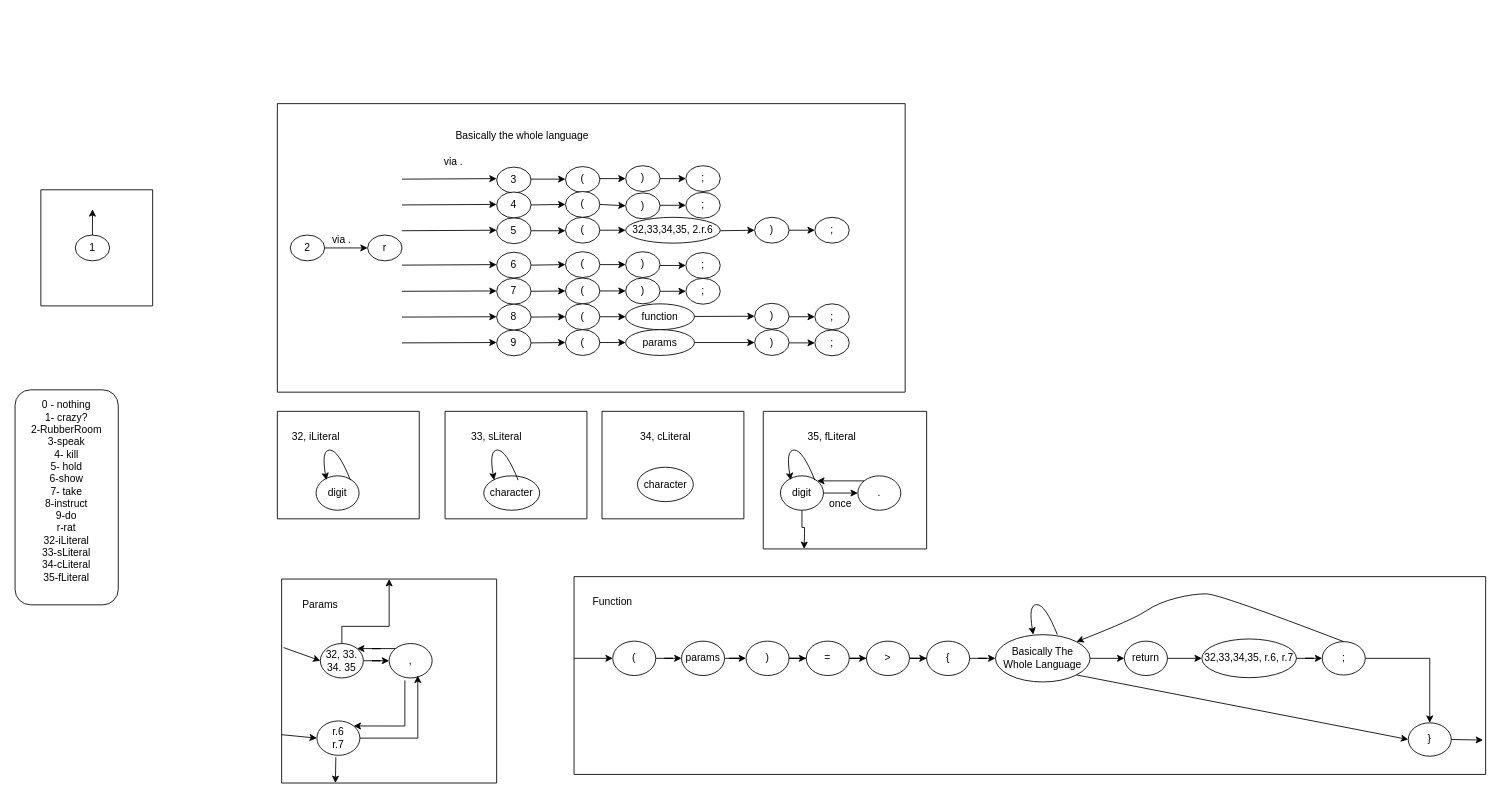
Above: RRTransistionDigram.drawio in Temujin142857/RatsInARoom (draw.io), before the change. Source tidied: cells renumbered, new cells numbered last; positions are measured from the earlier drawing's top-left corner, leaving out a move shared by most shapes. Both pictures are drawn from the tidied source at 86%, with x=0, y=0 at pixel (15, 103).
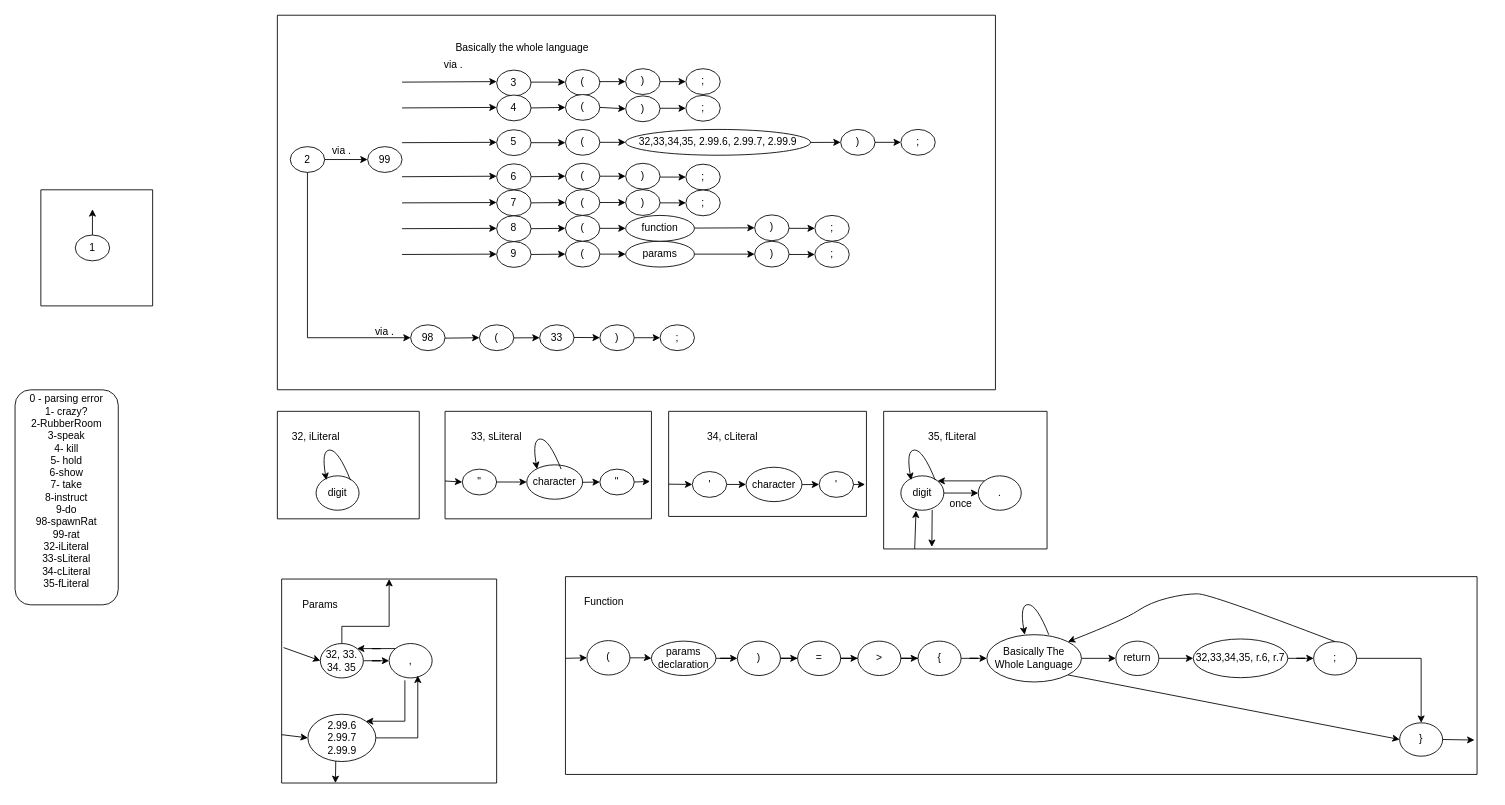
The same diagram, later.

Commit message:
added spawnRat and some symbols previously omitted

Unchanged cells that the change refers to:
```xml
<mxCell id="11" value="2" style="ellipse;whiteSpace=wrap;html=1;" parent="10" vertex="1">
  <mxGeometry x="15" y="152.8" width="40" height="30" as="geometry" />
</mxCell>
<mxCell id="92" value="digit" style="ellipse;whiteSpace=wrap;html=1;" parent="89" vertex="1">
  <mxGeometry x="20" y="75" width="50" height="40" as="geometry" />
</mxCell>
<mxCell id="98" style="swimlane;startSize=0;" parent="1" vertex="1">
  <mxGeometry x="310" y="552.8" width="250" height="237.2" as="geometry" />
</mxCell>
<mxCell id="103" value="," style="ellipse;whiteSpace=wrap;html=1;" parent="98" vertex="1">
  <mxGeometry x="125" y="75" width="50" height="40" as="geometry" />
</mxCell>
```

What changed in the source:
```diff
@@
-    <mxCell id="3" value="0 - nothing&lt;div&gt;1- crazy?&lt;/div&gt;&lt;div&gt;2-RubberRoom&lt;/div&gt;&lt;div&gt;3-speak&lt;/div&gt;&lt;div&gt;4- kill&lt;/div&gt;&lt;div&gt;5- hold&lt;/div&gt;&lt;div&gt;6-show&lt;/div&gt;&lt;div&gt;7- take&lt;/div&gt;&lt;div&gt;8-instruct&lt;/div&gt;&lt;div&gt;9-do&lt;/div&gt;&lt;div&gt;r-rat&lt;/div&gt;&lt;div&gt;32-iLiteral&lt;/div&gt;&lt;div&gt;33-sLiteral&lt;/div&gt;&lt;div&gt;34-cLiteral&lt;/div&gt;&lt;div&gt;35-fLiteral&lt;/div&gt;&lt;div&gt;&lt;br&gt;&lt;/div&gt;" style="rounded=1;whiteSpace=wrap;html=1;" parent="1" vertex="1">
+    <mxCell id="3" value="0 - parsing error&lt;div&gt;1- crazy?&lt;/div&gt;&lt;div&gt;2-RubberRoom&lt;/div&gt;&lt;div&gt;3-speak&lt;/div&gt;&lt;div&gt;4- kill&lt;/div&gt;&lt;div&gt;5- hold&lt;/div&gt;&lt;div&gt;6-show&lt;/div&gt;&lt;div&gt;7- take&lt;/div&gt;&lt;div&gt;8-instruct&lt;/div&gt;&lt;div&gt;9-do&lt;/div&gt;&lt;div&gt;98-spawnRat&lt;/div&gt;&lt;div&gt;99-rat&lt;/div&gt;&lt;div&gt;32-iLiteral&lt;/div&gt;&lt;div&gt;33-sLiteral&lt;/div&gt;&lt;div&gt;34-cLiteral&lt;/div&gt;&lt;div&gt;35-fLiteral&lt;/div&gt;&lt;div&gt;&lt;br&gt;&lt;/div&gt;" style="rounded=1;whiteSpace=wrap;html=1;" parent="1" vertex="1">
       <mxGeometry y="332.8" width="120" height="250" as="geometry" />
     </mxCell>
@@
     <mxCell id="10" style="swimlane;startSize=0;" parent="1" vertex="1">
-      <mxGeometry x="305" width="730" height="335.5" as="geometry" />
+      <mxGeometry x="305" y="-102.8" width="835" height="435.5" as="geometry" />
     </mxCell>
@@
-    <mxCell id="13" value="r" style="ellipse;whiteSpace=wrap;html=1;" parent="10" vertex="1">
+    <mxCell id="13" value="99" style="ellipse;whiteSpace=wrap;html=1;" parent="10" vertex="1">
       <mxGeometry x="105" y="152.8" width="40" height="30" as="geometry" />
     </mxCell>
@@
     <mxCell id="15" style="endArrow=classic;html=1;rounded=0;entryX=0;entryY=0.5;entryDx=0;entryDy=0;" parent="10" edge="1">
       <mxGeometry relative="1" as="geometry">
-        <mxPoint x="145" y="87.8" as="sourcePoint" />
-        <mxPoint x="255" y="87.2" as="targetPoint" />
+        <mxPoint x="145" y="77.8" as="sourcePoint" />
+        <mxPoint x="255" y="77.2" as="targetPoint" />
       </mxGeometry>
     </mxCell>
     <mxCell id="16" value="3" style="ellipse;whiteSpace=wrap;html=1;" parent="10" vertex="1">
-      <mxGeometry x="255" y="73.8" width="40" height="30" as="geometry" />
+      <mxGeometry x="255" y="63.8" width="40" height="30" as="geometry" />
     </mxCell>
     <mxCell id="17" value="via ." style="text;html=1;whiteSpace=wrap;strokeColor=none;fillColor=none;align=center;verticalAlign=middle;rounded=0;" parent="10" vertex="1">
-      <mxGeometry x="175" y="52.8" width="60" height="30" as="geometry" />
+      <mxGeometry x="175" y="42.8" width="60" height="30" as="geometry" />
     </mxCell>
     <mxCell id="18" style="endArrow=classic;html=1;rounded=0;entryX=0;entryY=0.5;entryDx=0;entryDy=0;" parent="10" edge="1">
       <mxGeometry relative="1" as="geometry">
-        <mxPoint x="145" y="147.8" as="sourcePoint" />
-        <mxPoint x="255" y="147.2" as="targetPoint" />
+        <mxPoint x="145" y="148.2" as="sourcePoint" />
+        <mxPoint x="255" y="147.8" as="targetPoint" />
       </mxGeometry>
     </mxCell>
     <mxCell id="19" value="5" style="ellipse;whiteSpace=wrap;html=1;" parent="10" vertex="1">
-      <mxGeometry x="255" y="132.8" width="40" height="30" as="geometry" />
+      <mxGeometry x="255" y="133.2" width="40" height="30" as="geometry" />
     </mxCell>
     <mxCell id="20" style="endArrow=classic;html=1;rounded=0;entryX=0;entryY=0.5;entryDx=0;entryDy=0;" parent="10" edge="1">
       <mxGeometry relative="1" as="geometry">
-        <mxPoint x="145" y="117.8" as="sourcePoint" />
-        <mxPoint x="255" y="117.2" as="targetPoint" />
+        <mxPoint x="145" y="107.8" as="sourcePoint" />
+        <mxPoint x="255" y="107.2" as="targetPoint" />
       </mxGeometry>
     </mxCell>
     <mxCell id="21" value="4" style="ellipse;whiteSpace=wrap;html=1;" parent="10" vertex="1">
-      <mxGeometry x="255" y="102.8" width="40" height="30" as="geometry" />
+      <mxGeometry x="255" y="92.8" width="40" height="30" as="geometry" />
     </mxCell>
@@
     <mxCell id="28" style="endArrow=classic;html=1;rounded=0;" parent="10" edge="1">
       <mxGeometry relative="1" as="geometry">
-        <mxPoint x="295" y="87.8" as="sourcePoint" />
-        <mxPoint x="335" y="87.8" as="targetPoint" />
+        <mxPoint x="295" y="77.8" as="sourcePoint" />
+        <mxPoint x="335" y="77.8" as="targetPoint" />
       </mxGeometry>
     </mxCell>
     <mxCell id="29" style="endArrow=classic;html=1;rounded=0;" parent="10" edge="1">
       <mxGeometry relative="1" as="geometry">
-        <mxPoint x="295" y="147.8" as="sourcePoint" />
-        <mxPoint x="335" y="147.8" as="targetPoint" />
+        <mxPoint x="295" y="148.2" as="sourcePoint" />
+        <mxPoint x="335" y="148.2" as="targetPoint" />
       </mxGeometry>
     </mxCell>
     <mxCell id="30" style="endArrow=classic;html=1;rounded=0;entryX=0;entryY=0.5;entryDx=0;entryDy=0;" parent="10" edge="1" target="36">
       <mxGeometry relative="1" as="geometry">
-        <mxPoint x="295" y="117.8" as="sourcePoint" />
+        <mxPoint x="295" y="107.8" as="sourcePoint" />
       </mxGeometry>
     </mxCell>
@@
     <mxCell id="34" value="(" style="ellipse;whiteSpace=wrap;html=1;" parent="10" vertex="1">
-      <mxGeometry x="335" y="73.2" width="40" height="30" as="geometry" />
+      <mxGeometry x="335" y="63.2" width="40" height="30" as="geometry" />
     </mxCell>
     <mxCell id="35" value="(" style="ellipse;whiteSpace=wrap;html=1;" parent="10" vertex="1">
-      <mxGeometry x="335" y="132.2" width="40" height="30" as="geometry" />
+      <mxGeometry x="335" y="132.8" width="40" height="30" as="geometry" />
     </mxCell>
     <mxCell id="36" value="(" style="ellipse;whiteSpace=wrap;html=1;" parent="10" vertex="1">
-      <mxGeometry x="335" y="102.2" width="40" height="30" as="geometry" />
+      <mxGeometry x="335" y="92.2" width="40" height="30" as="geometry" />
     </mxCell>
@@
     <mxCell id="40" style="endArrow=classic;html=1;rounded=0;entryX=0;entryY=0.5;entryDx=0;entryDy=0;" parent="10" edge="1" source="51">
       <mxGeometry relative="1" as="geometry">
-        <mxPoint x="485" y="146.8" as="targetPoint" />
+        <mxPoint x="485" y="147.2" as="targetPoint" />
       </mxGeometry>
     </mxCell>
@@
     <mxCell id="44" style="endArrow=classic;html=1;rounded=0;entryX=0;entryY=0.5;entryDx=0;entryDy=0;" parent="10" edge="1" target="45">
       <mxGeometry relative="1" as="geometry">
-        <mxPoint x="515" y="147.8" as="sourcePoint" />
+        <mxPoint x="555" y="148.2" as="sourcePoint" />
       </mxGeometry>
     </mxCell>
     <mxCell id="45" value=")" style="ellipse;whiteSpace=wrap;html=1;" parent="10" vertex="1">
-      <mxGeometry x="555" y="132.2" width="40" height="30" as="geometry" />
+      <mxGeometry x="655" y="132.8" width="40" height="30" as="geometry" />
     </mxCell>
     <mxCell id="46" style="endArrow=classic;html=1;rounded=0;entryX=0;entryY=0.5;entryDx=0;entryDy=0;" parent="10" edge="1" target="47">
       <mxGeometry relative="1" as="geometry">
-        <mxPoint x="375" y="87.2" as="sourcePoint" />
+        <mxPoint x="375" y="77.2" as="sourcePoint" />
       </mxGeometry>
     </mxCell>
     <mxCell id="47" value=")" style="ellipse;whiteSpace=wrap;html=1;" parent="10" vertex="1">
-      <mxGeometry x="405" y="72.2" width="40" height="30" as="geometry" />
+      <mxGeometry x="405" y="62.2" width="40" height="30" as="geometry" />
     </mxCell>
     <mxCell id="48" style="endArrow=classic;html=1;rounded=0;entryX=0;entryY=0.5;entryDx=0;entryDy=0;" parent="10" edge="1" target="49">
       <mxGeometry relative="1" as="geometry">
-        <mxPoint x="375" y="117.2" as="sourcePoint" />
+        <mxPoint x="375" y="107.2" as="sourcePoint" />
       </mxGeometry>
     </mxCell>
     <mxCell id="49" value=")" style="ellipse;whiteSpace=wrap;html=1;" parent="10" vertex="1">
-      <mxGeometry x="405" y="103.8" width="40" height="30" as="geometry" />
+      <mxGeometry x="405" y="93.8" width="40" height="30" as="geometry" />
     </mxCell>
     <mxCell id="50" style="endArrow=classic;html=1;rounded=0;entryX=0;entryY=0.5;entryDx=0;entryDy=0;" parent="10" edge="1" target="51">
       <mxGeometry relative="1" as="geometry">
-        <mxPoint x="375" y="147.2" as="sourcePoint" />
+        <mxPoint x="375" y="147.8" as="sourcePoint" />
       </mxGeometry>
     </mxCell>
-    <mxCell id="51" value="32,33,34,35, 2.r.6" style="ellipse;whiteSpace=wrap;html=1;" parent="10" vertex="1">
-      <mxGeometry x="405" y="132.2" width="110" height="30" as="geometry" />
+    <mxCell id="51" value="32,33,34,35, 2.99.6, 2.99.7, 2.99.9" style="ellipse;whiteSpace=wrap;html=1;" parent="10" vertex="1">
+      <mxGeometry x="405" y="132.8" width="215" height="30" as="geometry" />
     </mxCell>
@@
     <mxCell id="65" style="endArrow=classic;html=1;rounded=0;entryX=0;entryY=0.5;entryDx=0;entryDy=0;" parent="10" edge="1" target="66">
       <mxGeometry relative="1" as="geometry">
-        <mxPoint x="445" y="87.2" as="sourcePoint" />
+        <mxPoint x="445" y="77.2" as="sourcePoint" />
       </mxGeometry>
     </mxCell>
     <mxCell id="66" value=";" style="ellipse;whiteSpace=wrap;html=1;" parent="10" vertex="1">
-      <mxGeometry x="475" y="72.2" width="40" height="30" as="geometry" />
+      <mxGeometry x="475" y="62.2" width="40" height="30" as="geometry" />
     </mxCell>
     <mxCell id="67" style="endArrow=classic;html=1;rounded=0;entryX=0;entryY=0.5;entryDx=0;entryDy=0;" parent="10" edge="1" target="68">
       <mxGeometry relative="1" as="geometry">
-        <mxPoint x="445" y="118.2" as="sourcePoint" />
+        <mxPoint x="445" y="108.2" as="sourcePoint" />
       </mxGeometry>
     </mxCell>
     <mxCell id="68" value=";" style="ellipse;whiteSpace=wrap;html=1;" parent="10" vertex="1">
-      <mxGeometry x="475" y="103.2" width="40" height="30" as="geometry" />
+      <mxGeometry x="475" y="93.2" width="40" height="30" as="geometry" />
     </mxCell>
     <mxCell id="69" style="endArrow=classic;html=1;rounded=0;entryX=0;entryY=0.5;entryDx=0;entryDy=0;" parent="10" edge="1" target="70">
       <mxGeometry relative="1" as="geometry">
-        <mxPoint x="595" y="147.2" as="sourcePoint" />
+        <mxPoint x="695" y="147.8" as="sourcePoint" />
       </mxGeometry>
     </mxCell>
     <mxCell id="70" value=";" style="ellipse;whiteSpace=wrap;html=1;" parent="10" vertex="1">
-      <mxGeometry x="625" y="132.2" width="40" height="30" as="geometry" />
+      <mxGeometry x="725" y="132.8" width="40" height="30" as="geometry" />
     </mxCell>
@@
+    <mxCell id="139" value="98" style="ellipse;whiteSpace=wrap;html=1;" parent="10" vertex="1">
+      <mxGeometry x="155" y="360" width="40" height="30" as="geometry" />
+    </mxCell>
+    <mxCell id="140" style="endArrow=classic;html=1;rounded=0;exitX=0.5;exitY=1;exitDx=0;exitDy=0;entryX=0;entryY=0.5;entryDx=0;entryDy=0;edgeStyle=orthogonalEdgeStyle;" parent="10" edge="1" source="11" target="139">
+      <mxGeometry relative="1" as="geometry" />
+    </mxCell>
+    <mxCell id="141" style="endArrow=classic;html=1;rounded=0;entryX=0;entryY=0.5;entryDx=0;entryDy=0;" parent="10" edge="1" target="142">
+      <mxGeometry relative="1" as="geometry">
+        <mxPoint x="195" y="375.5" as="sourcePoint" />
+      </mxGeometry>
+    </mxCell>
+    <mxCell id="142" value="(" style="ellipse;whiteSpace=wrap;html=1;" parent="10" vertex="1">
+      <mxGeometry x="235" y="360" width="40" height="30" as="geometry" />
+    </mxCell>
+    <mxCell id="143" style="endArrow=classic;html=1;rounded=0;exitX=1;exitY=0.5;exitDx=0;exitDy=0;entryX=0;entryY=0.5;entryDx=0;entryDy=0;" parent="10" edge="1" target="144">
+      <mxGeometry relative="1" as="geometry">
+        <mxPoint x="275" y="375.2" as="sourcePoint" />
+      </mxGeometry>
+    </mxCell>
+    <mxCell id="144" value="33" style="ellipse;whiteSpace=wrap;html=1;" parent="10" vertex="1">
+      <mxGeometry x="305" y="360" width="40" height="30" as="geometry" />
+    </mxCell>
+    <mxCell id="145" value=")" style="ellipse;whiteSpace=wrap;html=1;" parent="10" vertex="1">
+      <mxGeometry x="375" y="360" width="40" height="30" as="geometry" />
+    </mxCell>
+    <mxCell id="146" style="endArrow=classic;html=1;rounded=0;entryX=0;entryY=0.5;entryDx=0;entryDy=0;" parent="10" edge="1">
+      <mxGeometry relative="1" as="geometry">
+        <mxPoint x="345" y="374.7" as="sourcePoint" />
+        <mxPoint x="375" y="374.9" as="targetPoint" />
+      </mxGeometry>
+    </mxCell>
+    <mxCell id="147" style="endArrow=classic;html=1;rounded=0;entryX=0;entryY=0.5;entryDx=0;entryDy=0;" parent="10" edge="1" target="148">
+      <mxGeometry relative="1" as="geometry">
+        <mxPoint x="415" y="375" as="sourcePoint" />
+      </mxGeometry>
+    </mxCell>
+    <mxCell id="148" value=";" style="ellipse;whiteSpace=wrap;html=1;" parent="10" vertex="1">
+      <mxGeometry x="445" y="360" width="40" height="30" as="geometry" />
+    </mxCell>
     <mxCell id="82" style="swimlane;startSize=0;" parent="1" vertex="1">
-      <mxGeometry x="500" y="357.8" width="165" height="125" as="geometry" />
+      <mxGeometry x="500" y="357.8" width="240" height="125" as="geometry" />
     </mxCell>
     <mxCell id="83" value="character" style="ellipse;whiteSpace=wrap;html=1;" parent="82" vertex="1">
-      <mxGeometry x="45" y="75" width="65" height="40" as="geometry" />
+      <mxGeometry x="95" y="62.2" width="65" height="40" as="geometry" />
     </mxCell>
     <mxCell id="84" style="curved=1;endArrow=classic;html=1;rounded=0;exitX=1;exitY=0;exitDx=0;exitDy=0;entryX=0;entryY=0;entryDx=0;entryDy=0;" parent="82" edge="1">
       <mxGeometry relative="1" as="geometry">
-        <mxPoint x="85" y="80" as="sourcePoint" />
-        <mxPoint x="57" y="80" as="targetPoint" />
+        <mxPoint x="135" y="67.2" as="sourcePoint" />
+        <mxPoint x="107" y="67.2" as="targetPoint" />
         <Array as="points">
-          <mxPoint x="71" y="45" />
-          <mxPoint x="51" y="45" />
+          <mxPoint x="121" y="32.2" />
+          <mxPoint x="101" y="32.2" />
         </Array>
       </mxGeometry>
     </mxCell>
@@
+    <mxCell id="149" style="endArrow=classic;html=1;rounded=0;entryX=0;entryY=0.5;entryDx=0;entryDy=0;" parent="82" edge="1" target="150">
+      <mxGeometry relative="1" as="geometry">
+        <mxPoint x="160" y="82.5" as="sourcePoint" />
+      </mxGeometry>
+    </mxCell>
+    <mxCell id="150" value="&quot;" style="ellipse;whiteSpace=wrap;html=1;" parent="82" vertex="1">
+      <mxGeometry x="180" y="67.2" width="40" height="30" as="geometry" />
+    </mxCell>
+    <mxCell id="151" style="edgeStyle=orthogonalEdgeStyle;rounded=0;jettySize=auto;html=1;exitX=1;exitY=0.5;exitDx=0;exitDy=0;entryX=0;entryY=0.5;entryDx=0;entryDy=0;" parent="82" edge="1" source="152" target="83">
+      <mxGeometry relative="1" as="geometry">
+        <Array as="points">
+          <mxPoint x="80" y="82.2" />
+          <mxPoint x="80" y="82.2" />
+        </Array>
+      </mxGeometry>
+    </mxCell>
+    <mxCell id="152" value="&quot;" style="ellipse;whiteSpace=wrap;html=1;" parent="82" vertex="1">
+      <mxGeometry x="20" y="67.2" width="40" height="30" as="geometry" />
+    </mxCell>
+    <mxCell id="153" style="endArrow=classic;html=1;rounded=0;entryX=0;entryY=0.5;entryDx=0;entryDy=0;exitX=0;exitY=0.75;exitDx=0;exitDy=0;" parent="82" edge="1" target="152">
+      <mxGeometry relative="1" as="geometry">
+        <mxPoint y="81" as="sourcePoint" />
+      </mxGeometry>
+    </mxCell>
+    <mxCell id="154" style="endArrow=classic;html=1;rounded=0;entryX=0.993;entryY=0.652;entryDx=0;entryDy=0;entryPerimeter=0;exitX=1;exitY=0.5;exitDx=0;exitDy=0;" parent="82" edge="1" source="150" target="82">
+      <mxGeometry relative="1" as="geometry" />
+    </mxCell>
     <mxCell id="86" style="swimlane;startSize=0;" parent="1" vertex="1">
-      <mxGeometry x="682.5" y="357.8" width="165" height="125" as="geometry" />
+      <mxGeometry x="760" y="357.8" width="230" height="122.2" as="geometry" />
     </mxCell>
     <mxCell id="87" value="character" style="ellipse;whiteSpace=wrap;html=1;" parent="86" vertex="1">
-      <mxGeometry x="41.2" y="65" width="65" height="40" as="geometry" />
+      <mxGeometry x="90" y="65" width="65" height="40" as="geometry" />
     </mxCell>
@@
+    <mxCell id="155" style="endArrow=classic;html=1;rounded=0;entryX=0;entryY=0.5;entryDx=0;entryDy=0;" parent="86" edge="1" target="156">
+      <mxGeometry relative="1" as="geometry">
+        <mxPoint x="155" y="85.2" as="sourcePoint" />
+      </mxGeometry>
+    </mxCell>
+    <mxCell id="156" value="'" style="ellipse;whiteSpace=wrap;html=1;" parent="86" vertex="1">
+      <mxGeometry x="175" y="70" width="40" height="30" as="geometry" />
+    </mxCell>
+    <mxCell id="157" style="edgeStyle=orthogonalEdgeStyle;rounded=0;jettySize=auto;html=1;exitX=1;exitY=0.5;exitDx=0;exitDy=0;entryX=0;entryY=0.5;entryDx=0;entryDy=0;" parent="86" edge="1" source="158" target="87">
+      <mxGeometry relative="1" as="geometry" />
+    </mxCell>
+    <mxCell id="158" value="'" style="ellipse;whiteSpace=wrap;html=1;" parent="86" vertex="1">
+      <mxGeometry x="27.5" y="70" width="40" height="30" as="geometry" />
+    </mxCell>
+    <mxCell id="159" style="endArrow=classic;html=1;rounded=0;entryX=0;entryY=0.5;entryDx=0;entryDy=0;exitX=0;exitY=0.693;exitDx=0;exitDy=0;exitPerimeter=0;" parent="86" edge="1" source="86" target="158">
+      <mxGeometry relative="1" as="geometry" />
+    </mxCell>
+    <mxCell id="160" style="edgeStyle=orthogonalEdgeStyle;rounded=0;jettySize=auto;html=1;exitX=1;exitY=0.5;exitDx=0;exitDy=0;entryX=0.993;entryY=0.695;entryDx=0;entryDy=0;entryPerimeter=0;" parent="86" edge="1" source="156" target="86">
+      <mxGeometry relative="1" as="geometry" />
+    </mxCell>
     <mxCell id="89" style="swimlane;startSize=0;" parent="1" vertex="1">
-      <mxGeometry x="870" y="357.8" width="190" height="160" as="geometry" />
+      <mxGeometry x="1010" y="357.8" width="190" height="160" as="geometry" />
     </mxCell>
@@
-    <mxCell id="91" style="edgeStyle=orthogonalEdgeStyle;rounded=0;jettySize=auto;html=1;entryX=0.25;entryY=1;entryDx=0;entryDy=0;exitX=0.5;exitY=1;exitDx=0;exitDy=0;" parent="89" edge="1" source="92" target="89">
-      <mxGeometry relative="1" as="geometry">
-        <Array as="points">
-          <mxPoint x="45" y="135" />
-          <mxPoint x="48" y="135" />
-          <mxPoint x="48" y="142" />
-        </Array>
-      </mxGeometry>
-    </mxCell>
@@
+    <mxCell id="161" style="endArrow=classic;html=1;rounded=0;entryX=0.353;entryY=1.011;entryDx=0;entryDy=0;entryPerimeter=0;exitX=0.19;exitY=1;exitDx=0;exitDy=0;exitPerimeter=0;" parent="89" edge="1" source="89" target="92">
+      <mxGeometry relative="1" as="geometry" />
+    </mxCell>
+    <mxCell id="91" style="endArrow=classic;html=1;rounded=0;entryX=0.295;entryY=0.985;entryDx=0;entryDy=0;entryPerimeter=0;exitX=0.729;exitY=0.99;exitDx=0;exitDy=0;exitPerimeter=0;" parent="89" edge="1" source="92" target="89">
+      <mxGeometry relative="1" as="geometry" />
+    </mxCell>
@@
-    <mxCell id="108" value="r.6&lt;div&gt;r.7&lt;/div&gt;" style="ellipse;whiteSpace=wrap;html=1;" parent="98" vertex="1">
-      <mxGeometry x="41" y="165" width="50" height="40" as="geometry" />
+    <mxCell id="108" value="2.99.6&lt;div&gt;2.99.7&lt;/div&gt;&lt;div&gt;2.99.9&lt;/div&gt;" style="ellipse;whiteSpace=wrap;html=1;" parent="98" vertex="1">
+      <mxGeometry x="30.5" y="157.2" width="79" height="55" as="geometry" />
     </mxCell>
     <mxCell id="109" style="edgeStyle=orthogonalEdgeStyle;rounded=0;jettySize=auto;html=1;entryX=1;entryY=0;entryDx=0;entryDy=0;exitX=0.366;exitY=1.07;exitDx=0;exitDy=0;exitPerimeter=0;" parent="98" edge="1" source="103" target="108">
       <mxGeometry relative="1" as="geometry">
         <Array as="points">
-          <mxPoint x="143" y="171" />
+          <mxPoint x="143" y="165" />
         </Array>
       </mxGeometry>
     </mxCell>
@@
     <mxCell id="111" style="swimlane;startSize=0;" parent="1" vertex="1">
-      <mxGeometry x="650" y="550" width="1060" height="230" as="geometry" />
+      <mxGeometry x="640" y="550" width="1060" height="230" as="geometry" />
     </mxCell>
@@
     <mxCell id="113" value="(" style="ellipse;whiteSpace=wrap;html=1;" parent="111" vertex="1">
-      <mxGeometry x="45" y="75" width="50" height="40" as="geometry" />
+      <mxGeometry x="25" y="74.4" width="50" height="40" as="geometry" />
     </mxCell>
@@
-    <mxCell id="116" value="params" style="ellipse;whiteSpace=wrap;html=1;" parent="111" vertex="1">
-      <mxGeometry x="125" y="75" width="50" height="40" as="geometry" />
+    <mxCell id="116" value="params&lt;div&gt;declaration&lt;/div&gt;" style="ellipse;whiteSpace=wrap;html=1;" parent="111" vertex="1">
+      <mxGeometry x="100" y="75" width="75" height="40" as="geometry" />
     </mxCell>
@@
+    <mxCell id="162" value="via ." style="text;html=1;whiteSpace=wrap;strokeColor=none;fillColor=none;align=center;verticalAlign=middle;rounded=0;" parent="1" vertex="1">
+      <mxGeometry x="400" y="250" width="60" height="30" as="geometry" />
+    </mxCell>
```
